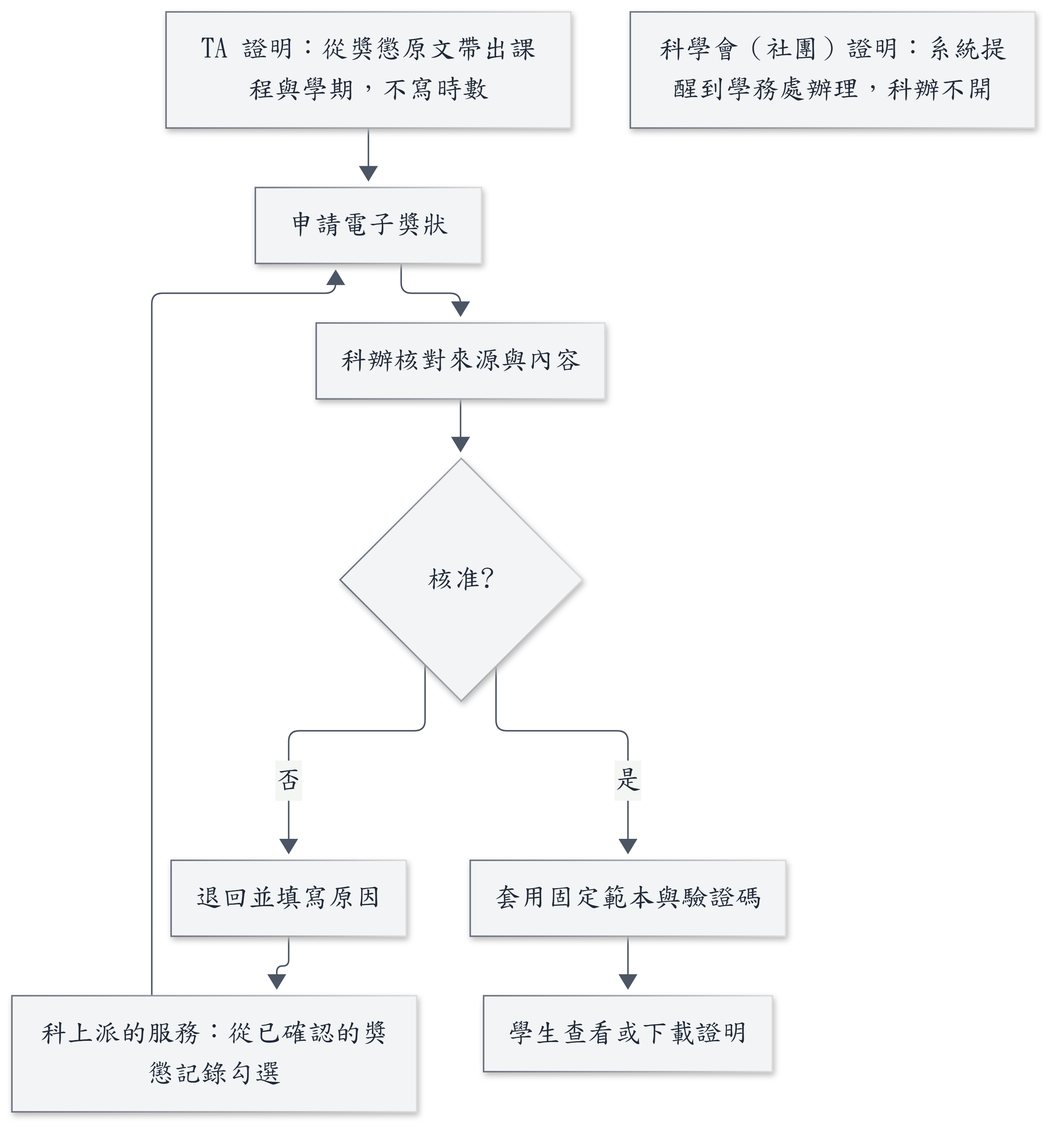
Earlier version of the Mermaid export docs/images/D-29-certificate-flow.png (111534107/smart-learning-portfolio-main). Its source is kept beside it as docs/images/D-29-certificate-flow.mmd. The source it was exported from:
```mermaid
flowchart TD
  A[科上派的服務：從已確認的獎懲記錄勾選] --> B[申請電子獎狀]
    A2[TA 證明：從獎懲原文帶出課程與學期，不寫時數] --> B
  A3[科學會（社團）證明：系統提醒到學務處辦理，科辦不開]
  B --> C[科辦核對來源與內容]
  C --> D{核准?}
  D -- 否 --> E[退回並填寫原因]
  E --> A
  D -- 是 --> F[套用固定範本與驗證碼]
  F --> G[學生查看或下載證明]
```
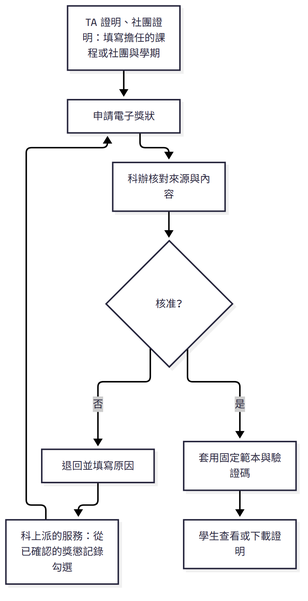
Later version of the same file.

The edit, as a diff of the source:
```diff
@@ -1,7 +1,6 @@
 flowchart TD
   A[科上派的服務：從已確認的獎懲記錄勾選] --> B[申請電子獎狀]
-    A2[TA 證明：從獎懲原文帶出課程與學期，不寫時數] --> B
-  A3[科學會（社團）證明：系統提醒到學務處辦理，科辦不開]
+    A2[TA 證明、社團證明：填寫擔任的課程或社團與學期] --> B
   B --> C[科辦核對來源與內容]
   C --> D{核准?}
   D -- 否 --> E[退回並填寫原因]
```
